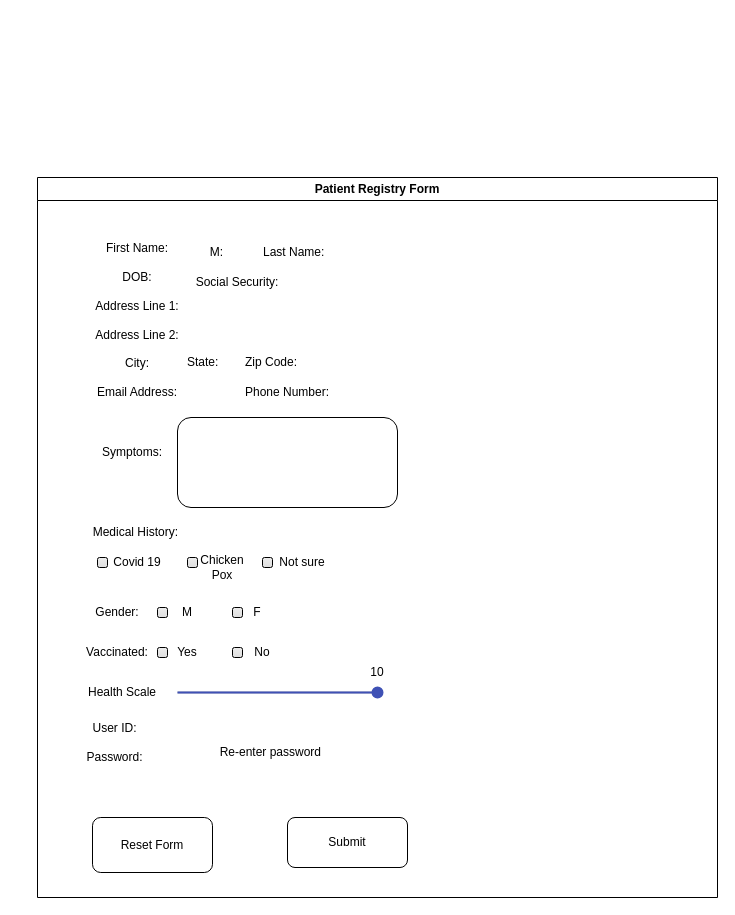
Before: Untitled Diagram.drawio in AkselCabrera/registry-form, a draw.io diagram. Source tidied: cells renumbered, new cells numbered last; positions are measured from the earlier drawing's top-left corner, leaving out a move shared by most shapes. Both pictures are drawn from the tidied source at 100%, with x=0, y=0 at pixel (17, 177). Pictures stored in the file or linked from it are replaced by grey dashed boxes.
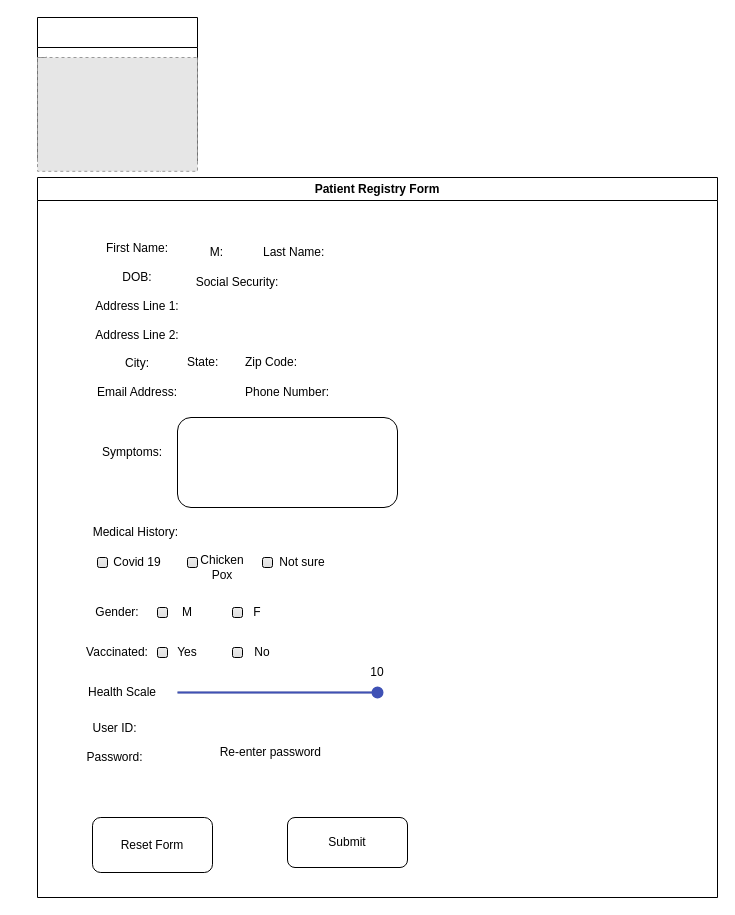
Above is the later version.

What changed in the source:
```diff
@@
+    <mxCell id="35" style="curved=1;endArrow=classic;html=1;rounded=0;" parent="1" edge="1" source="38" target="36">
+      <mxGeometry relative="1" as="geometry">
+        <Array as="points">
+          <mxPoint x="140" y="-10" />
+          <mxPoint x="100" y="-70" />
+          <mxPoint x="60" y="-20" />
+          <mxPoint x="30" y="-50" />
+          <mxPoint x="70" y="-100" />
+        </Array>
+      </mxGeometry>
+    </mxCell>
+    <mxCell id="36" style="swimlane;fontStyle=0;horizontal=1;startSize=30;whiteSpace=wrap;html=1;" parent="1" vertex="1">
+      <mxGeometry x="20" y="-160" width="160" height="143.8" as="geometry" />
+    </mxCell>
+    <mxCell id="37" style="curved=1;endArrow=classic;html=1;rounded=0;" parent="1" edge="1" target="38">
+      <mxGeometry relative="1" as="geometry">
+        <mxPoint x="140" y="-30" as="sourcePoint" />
+      </mxGeometry>
+    </mxCell>
+    <mxCell id="38" style="fillColor=#E6E6E6;strokeColor=#999999;dashed=1;html=1;verticalAlign=top;verticalLabelPosition=bottom;labelBackgroundColor=#ffffff;" parent="1" vertex="1">
+      <mxGeometry x="20" y="-120" width="160" height="113.8" as="geometry" />
+    </mxCell>
```
